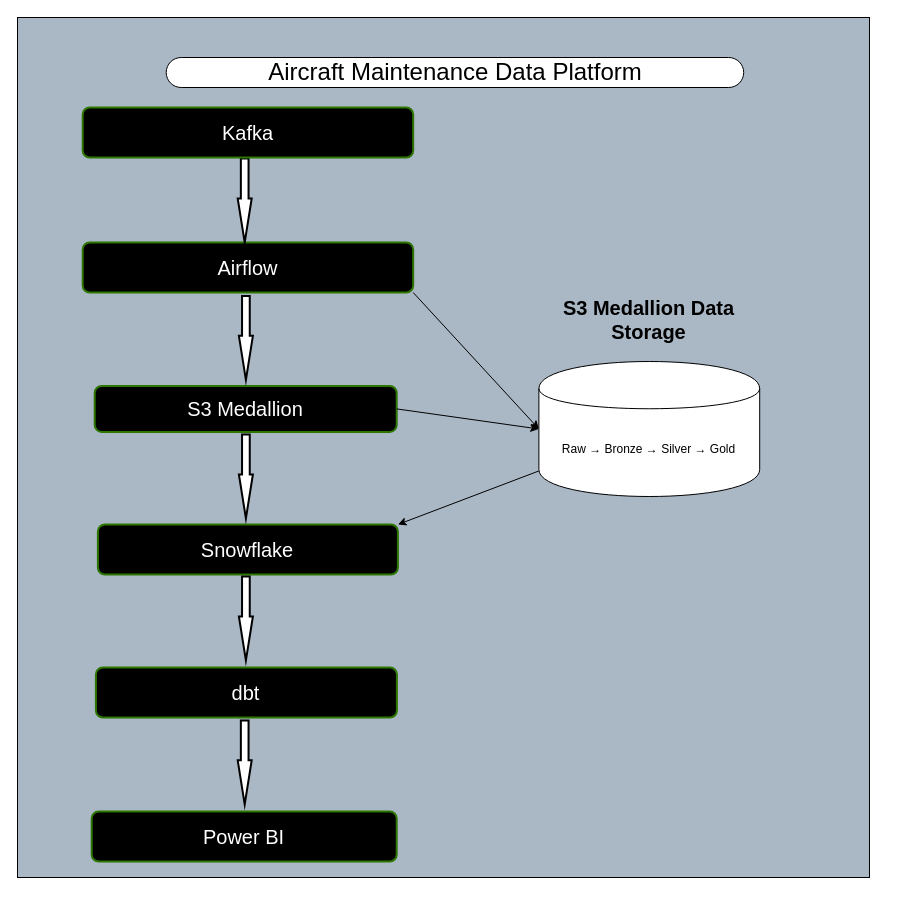
Above: page "Thumbnail" (3 of 3) of docs/architecture/Airflow-Kafka-Architecture.drawio in sinclair00/airflow-kafka-aircraft-pipeline (draw.io), before the change. Source tidied: cells renumbered, new cells numbered last; positions are measured from the earlier drawing's top-left corner, leaving out a move shared by most shapes. Both pictures are drawn from the tidied source at 100%, with x=0, y=0 at pixel (17, 17).
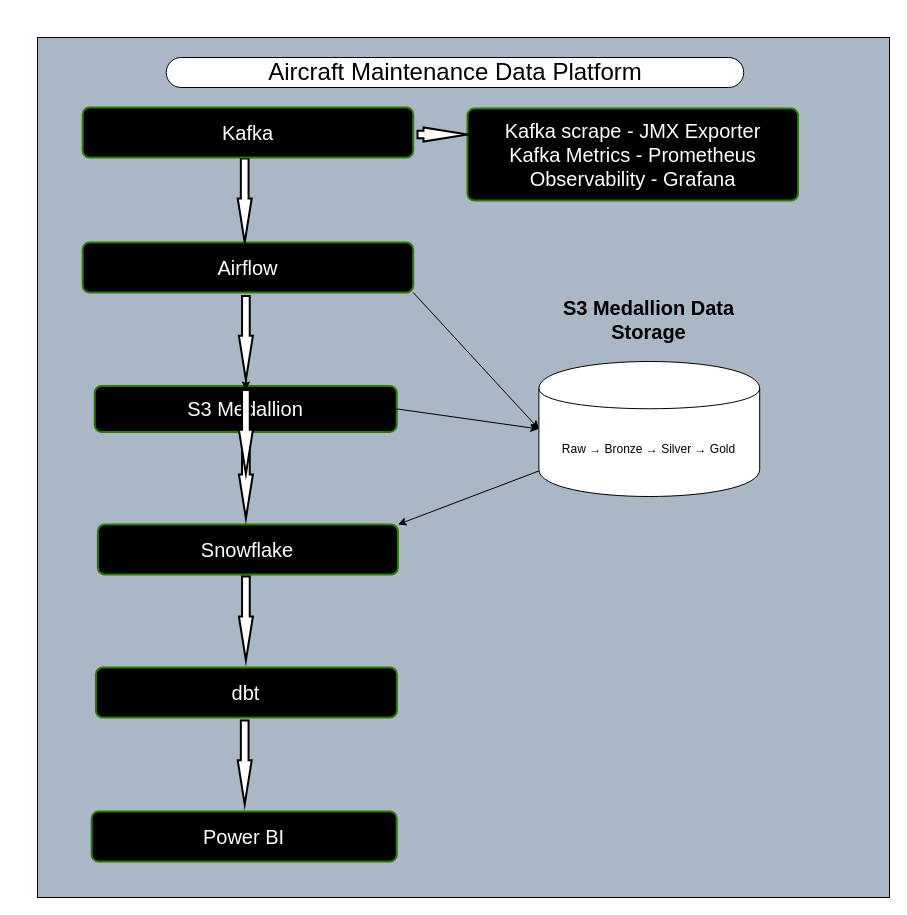
The same page after the edit.

Commit message (it also covers changes not shown here):
update architecture for observability

The change refers to these unchanged cells:
```xml
<mxCell id="7" style="verticalLabelPosition=bottom;verticalAlign=top;html=1;strokeWidth=2;shape=mxgraph.arrows2.arrow;dy=0.45;dx=44.01;notch=0;rotation=90;labelBackgroundColor=light-dark(#FFFFFF,#D5E8D4);fontSize=21;fillColor=light-dark(#FFFFFF,#A0AEC0);" parent="1" vertex="1">
  <mxGeometry x="186.5" y="313.4" width="83.8" height="14" as="geometry" />
</mxCell>
```

Change to the diagram source:
```diff
@@
     <mxCell id="2" style="whiteSpace=wrap;html=1;fillStyle=solid;fillColor=#AAB7C4;" parent="1" vertex="1">
-      <mxGeometry width="852" height="860" as="geometry" />
+      <mxGeometry x="20" y="20" width="852" height="860" as="geometry" />
     </mxCell>
@@
+    <mxCell id="20" style="edgeStyle=orthogonalEdgeStyle;rounded=0;jettySize=auto;html=1;" parent="1" edge="1" source="7" target="23">
+      <mxGeometry relative="1" as="geometry" />
+    </mxCell>
@@
+    <mxCell id="21" value="&lt;div&gt;Kafka scrape - JMX Exporter&lt;/div&gt;Kafka Metrics - Prometheus&lt;div&gt;Observability - Grafana&lt;/div&gt;" style="rounded=1;whiteSpace=wrap;html=1;absoluteArcSize=1;arcSize=14;strokeWidth=2;fillColor=light-dark(#CD7F32,#C0C0C0);fontColor=#ffffff;strokeColor=light-dark(#2D7600,#CDA2BE);gradientColor=default;gradientDirection=north;fontSize=20;" parent="1" vertex="1">
+      <mxGeometry x="450" y="91.1" width="330.5" height="91.9" as="geometry" />
+    </mxCell>
+    <mxCell id="22" style="verticalLabelPosition=bottom;verticalAlign=top;html=1;strokeWidth=2;shape=mxgraph.arrows2.arrow;dy=0.45;dx=44.01;notch=0;rotation=90;labelBackgroundColor=light-dark(#FFFFFF,#D5E8D4);fontSize=21;fillColor=light-dark(#FFFFFF,#A0AEC0);direction=north;" parent="1" vertex="1">
+      <mxGeometry x="418" y="92" width="14" height="50" as="geometry" />
+    </mxCell>
+    <mxCell id="23" style="verticalLabelPosition=bottom;verticalAlign=top;html=1;strokeWidth=2;shape=mxgraph.arrows2.arrow;dy=0.45;dx=44.01;notch=0;rotation=90;labelBackgroundColor=light-dark(#FFFFFF,#D5E8D4);fontSize=21;fillColor=light-dark(#FFFFFF,#A0AEC0);" parent="1" vertex="1">
+      <mxGeometry x="186.5" y="407.4" width="83.8" height="14" as="geometry" />
+    </mxCell>
```
